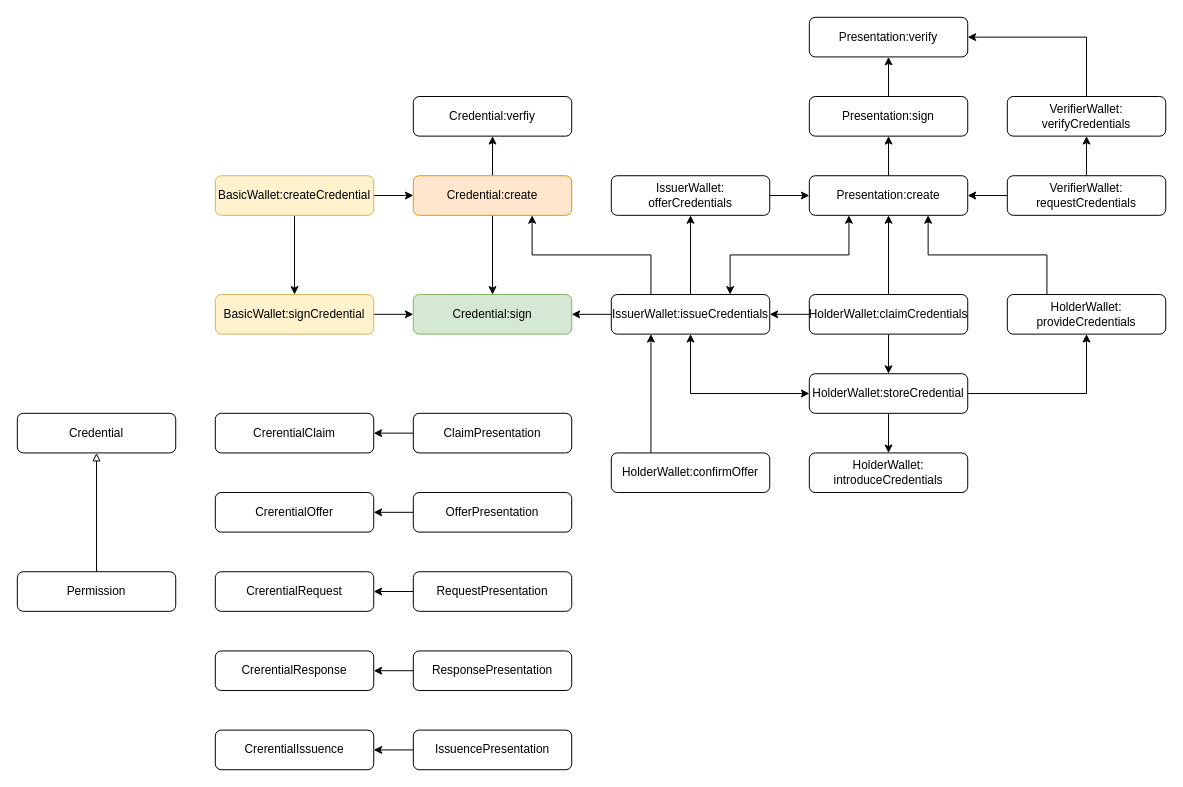
The draw.io diagram page "Wallet Model" (5 of 6) of docs/MetaID Wallet.drawio in owlmeans/regov-ssi-mono, before the edit. Source tidied: cells renumbered, new cells numbered last; positions are measured from the earlier drawing's top-left corner, leaving out a move shared by most shapes. Both pictures are drawn from the tidied source at 99%, with x=0, y=0 at pixel (17, 17).
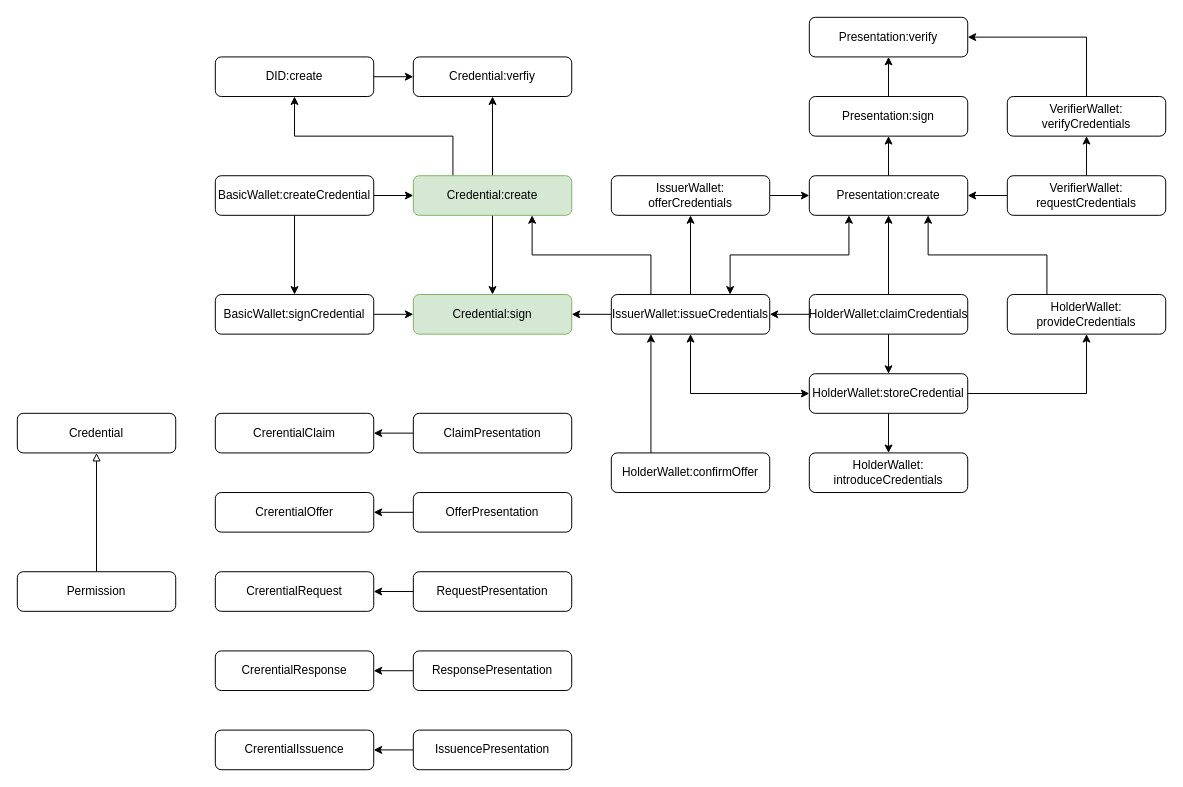
The same diagram, later.

Change to the diagram source:
```diff
@@
-    <mxCell id="4" value="BasicWallet:createCredential" style="rounded=1;whiteSpace=wrap;html=1;fillColor=#fff2cc;strokeColor=#d6b656;" parent="1" vertex="1">
+    <mxCell id="4" value="BasicWallet:createCredential" style="rounded=1;whiteSpace=wrap;html=1;" parent="1" vertex="1">
       <mxGeometry x="200" y="160" width="160" height="40" as="geometry" />
     </mxCell>
@@
-    <mxCell id="6" value="BasicWallet:signCredential" style="rounded=1;whiteSpace=wrap;html=1;fillColor=#fff2cc;strokeColor=#d6b656;" parent="1" vertex="1">
+    <mxCell id="6" value="BasicWallet:signCredential" style="rounded=1;whiteSpace=wrap;html=1;" parent="1" vertex="1">
       <mxGeometry x="200" y="280" width="160" height="40" as="geometry" />
     </mxCell>
@@
+    <mxCell id="60" style="edgeStyle=orthogonalEdgeStyle;rounded=0;jettySize=auto;html=1;exitX=0.25;exitY=0;exitDx=0;exitDy=0;entryX=0.5;entryY=1;entryDx=0;entryDy=0;" parent="1" edge="1" source="9" target="62">
+      <mxGeometry relative="1" as="geometry" />
+    </mxCell>
-    <mxCell id="9" value="Credential:create" style="rounded=1;whiteSpace=wrap;html=1;fillColor=#ffe6cc;strokeColor=#d79b00;" parent="1" vertex="1">
+    <mxCell id="9" value="Credential:create" style="rounded=1;whiteSpace=wrap;html=1;fillColor=#d5e8d4;strokeColor=#82b366;" parent="1" vertex="1">
       <mxGeometry x="400" y="160" width="160" height="40" as="geometry" />
     </mxCell>
@@
     <mxCell id="15" value="Credential:verfiy" style="rounded=1;whiteSpace=wrap;html=1;" parent="1" vertex="1">
-      <mxGeometry x="400" y="80" width="160" height="40" as="geometry" />
+      <mxGeometry x="400" y="40" width="160" height="40" as="geometry" />
     </mxCell>
@@
+    <mxCell id="61" style="edgeStyle=orthogonalEdgeStyle;rounded=0;jettySize=auto;html=1;exitX=1;exitY=0.5;exitDx=0;exitDy=0;" parent="1" edge="1" source="62" target="15">
+      <mxGeometry relative="1" as="geometry" />
+    </mxCell>
+    <mxCell id="62" value="DID:create" style="rounded=1;whiteSpace=wrap;html=1;" parent="1" vertex="1">
+      <mxGeometry x="200" y="40" width="160" height="40" as="geometry" />
+    </mxCell>
```
